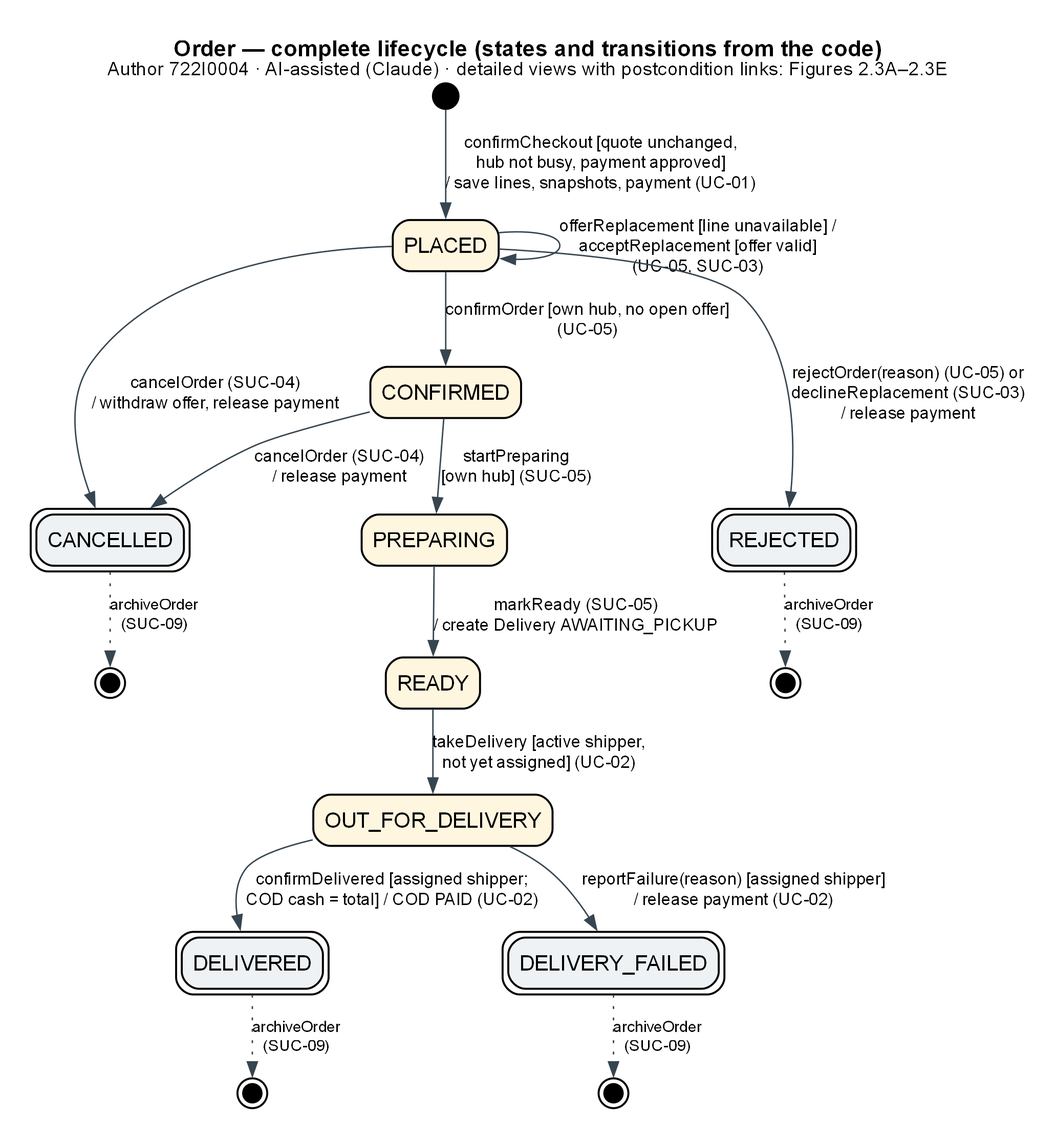
Earlier version of the Graphviz export models/shared/sm_order_overview.png (Dat071104/SaigonBite). Its source is kept beside it as models/shared/sm_order_overview.dot. The source it was exported from:
```dot
digraph G {
graph [rankdir=TB, fontname="Arial", fontsize=16, nodesep=0.6, ranksep=0.45, pad=0.3, dpi=200,
 labelloc="t", label=<<B>Order — complete lifecycle (states and transitions from the code)</B><BR/><FONT POINT-SIZE="13">Author 722I0004 · AI-assisted (Claude) · detailed views with postcondition links: Figures 2.3A–2.3E</FONT>>];
node [shape=box, style="rounded,filled", fillcolor="#FFF6E0", fontname="Arial", fontsize=15, penwidth=1.4];
edge [fontname="Arial", fontsize=12, color="#36454F"];
start [shape=circle, label="", width=0.25, style=filled, fillcolor=black];
"CANCELLED" [label="CANCELLED", peripheries=2, fillcolor="#EEF2F5"];
"CONFIRMED" [label="CONFIRMED"];
"DELIVERED" [label="DELIVERED", peripheries=2, fillcolor="#EEF2F5"];
"DELIVERY_FAILED" [label="DELIVERY_FAILED", peripheries=2, fillcolor="#EEF2F5"];
"OUT_FOR_DELIVERY" [label="OUT_FOR_DELIVERY"];
"PLACED" [label="PLACED"];
"PREPARING" [label="PREPARING"];
"READY" [label="READY"];
"REJECTED" [label="REJECTED", peripheries=2, fillcolor="#EEF2F5"];
"end_CANCELLED" [shape=doublecircle, label="", width=0.18, style=filled, fillcolor=black];
"CANCELLED" -> "end_CANCELLED" [label="archiveOrder\n(SUC-09)", fontsize=11, style=dotted];
"end_DELIVERED" [shape=doublecircle, label="", width=0.18, style=filled, fillcolor=black];
"DELIVERED" -> "end_DELIVERED" [label="archiveOrder\n(SUC-09)", fontsize=11, style=dotted];
"end_DELIVERY_FAILED" [shape=doublecircle, label="", width=0.18, style=filled, fillcolor=black];
"DELIVERY_FAILED" -> "end_DELIVERY_FAILED" [label="archiveOrder\n(SUC-09)", fontsize=11, style=dotted];
"end_REJECTED" [shape=doublecircle, label="", width=0.18, style=filled, fillcolor=black];
"REJECTED" -> "end_REJECTED" [label="archiveOrder\n(SUC-09)", fontsize=11, style=dotted];
start -> PLACED [label="confirmCheckout [quote unchanged,\nhub not busy, payment approved]\n/ save lines, snapshots, payment (UC-01)"];
PLACED -> PLACED [label="offerReplacement [line unavailable] /\nacceptReplacement [offer valid]\n(UC-05, SUC-03)"];
"CONFIRMED" -> "CANCELLED" [label="cancelOrder (SUC-04)
/ release payment"];
"CONFIRMED" -> "PREPARING" [label="startPreparing
[own hub] (SUC-05)"];
"OUT_FOR_DELIVERY" -> "DELIVERED" [label="confirmDelivered [assigned shipper;
COD cash = total] / COD PAID (UC-02)"];
"OUT_FOR_DELIVERY" -> "DELIVERY_FAILED" [label="reportFailure(reason) [assigned shipper]
/ release payment (UC-02)"];
"PLACED" -> "CANCELLED" [label="cancelOrder (SUC-04)
/ withdraw offer, release payment"];
"PLACED" -> "CONFIRMED" [label="confirmOrder [own hub, no open offer]
(UC-05)"];
"PLACED" -> "REJECTED" [label="rejectOrder(reason) (UC-05) or
declineReplacement (SUC-03)
/ release payment"];
"PREPARING" -> "READY" [label="markReady (SUC-05)
/ create Delivery AWAITING_PICKUP"];
"READY" -> "OUT_FOR_DELIVERY" [label="takeDelivery [active shipper,
not yet assigned] (UC-02)"];
{ rank=same; REJECTED; CANCELLED; }
}
```
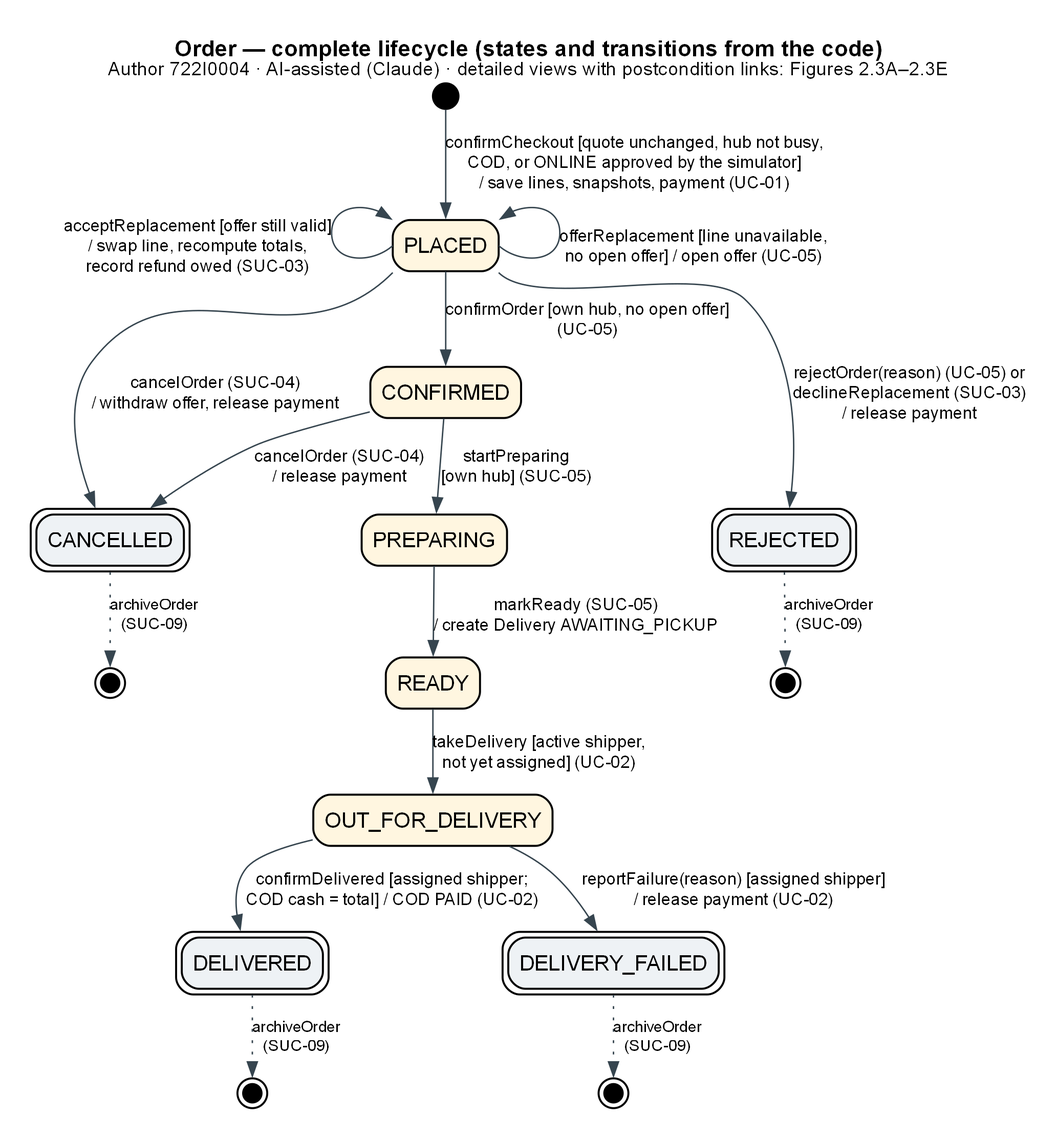
After the change.

Diff of the diagram source:
```diff
@@ -21,8 +21,9 @@
 "DELIVERY_FAILED" -> "end_DELIVERY_FAILED" [label="archiveOrder\n(SUC-09)", fontsize=11, style=dotted];
 "end_REJECTED" [shape=doublecircle, label="", width=0.18, style=filled, fillcolor=black];
 "REJECTED" -> "end_REJECTED" [label="archiveOrder\n(SUC-09)", fontsize=11, style=dotted];
-start -> PLACED [label="confirmCheckout [quote unchanged,\nhub not busy, payment approved]\n/ save lines, snapshots, payment (UC-01)"];
-PLACED -> PLACED [label="offerReplacement [line unavailable] /\nacceptReplacement [offer valid]\n(UC-05, SUC-03)"];
+start -> PLACED [label="confirmCheckout [quote unchanged, hub not busy,\nCOD, or ONLINE approved by the simulator]\n/ save lines, snapshots, payment (UC-01)"];
+PLACED:e -> PLACED:ne [label="offerReplacement [line unavailable,\nno open offer] / open offer (UC-05)"];
+PLACED:w -> PLACED:nw [label="acceptReplacement [offer still valid]\n/ swap line, recompute totals,\nrecord refund owed (SUC-03)"];
 "CONFIRMED" -> "CANCELLED" [label="cancelOrder (SUC-04)
 / release payment"];
 "CONFIRMED" -> "PREPARING" [label="startPreparing
@@ -31,11 +32,11 @@
 COD cash = total] / COD PAID (UC-02)"];
 "OUT_FOR_DELIVERY" -> "DELIVERY_FAILED" [label="reportFailure(reason) [assigned shipper]
 / release payment (UC-02)"];
-"PLACED" -> "CANCELLED" [label="cancelOrder (SUC-04)
+"PLACED":sw -> "CANCELLED" [label="cancelOrder (SUC-04)
 / withdraw offer, release payment"];
 "PLACED" -> "CONFIRMED" [label="confirmOrder [own hub, no open offer]
 (UC-05)"];
-"PLACED" -> "REJECTED" [label="rejectOrder(reason) (UC-05) or
+"PLACED":se -> "REJECTED" [label="rejectOrder(reason) (UC-05) or
 declineReplacement (SUC-03)
 / release payment"];
 "PREPARING" -> "READY" [label="markReady (SUC-05)
```
